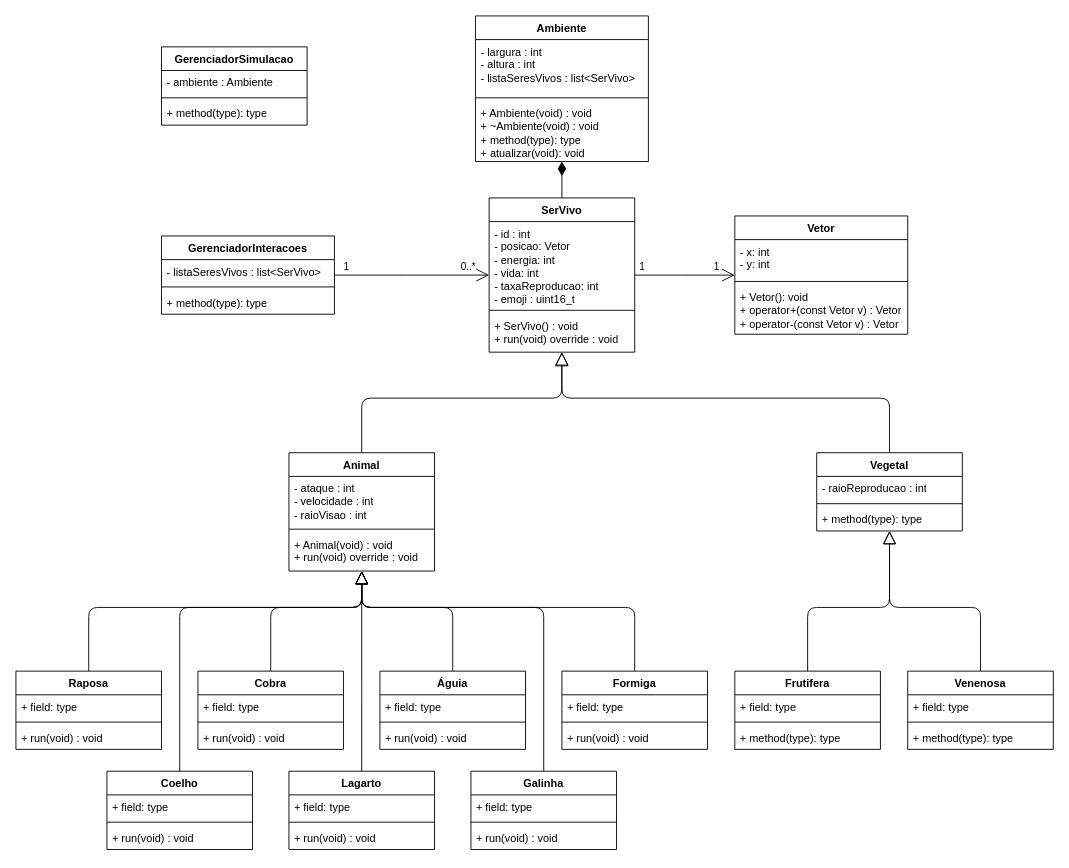
This is Diagramas/diagramas.drawio from robson1622/SimulacaoBiologica, a draw.io file, before an edit. Source tidied: cells renumbered, new cells numbered last; positions are measured from the earlier drawing's top-left corner, leaving out a move shared by most shapes. Both pictures are drawn from the tidied source at 91%, with x=0, y=0 at pixel (15, 15).
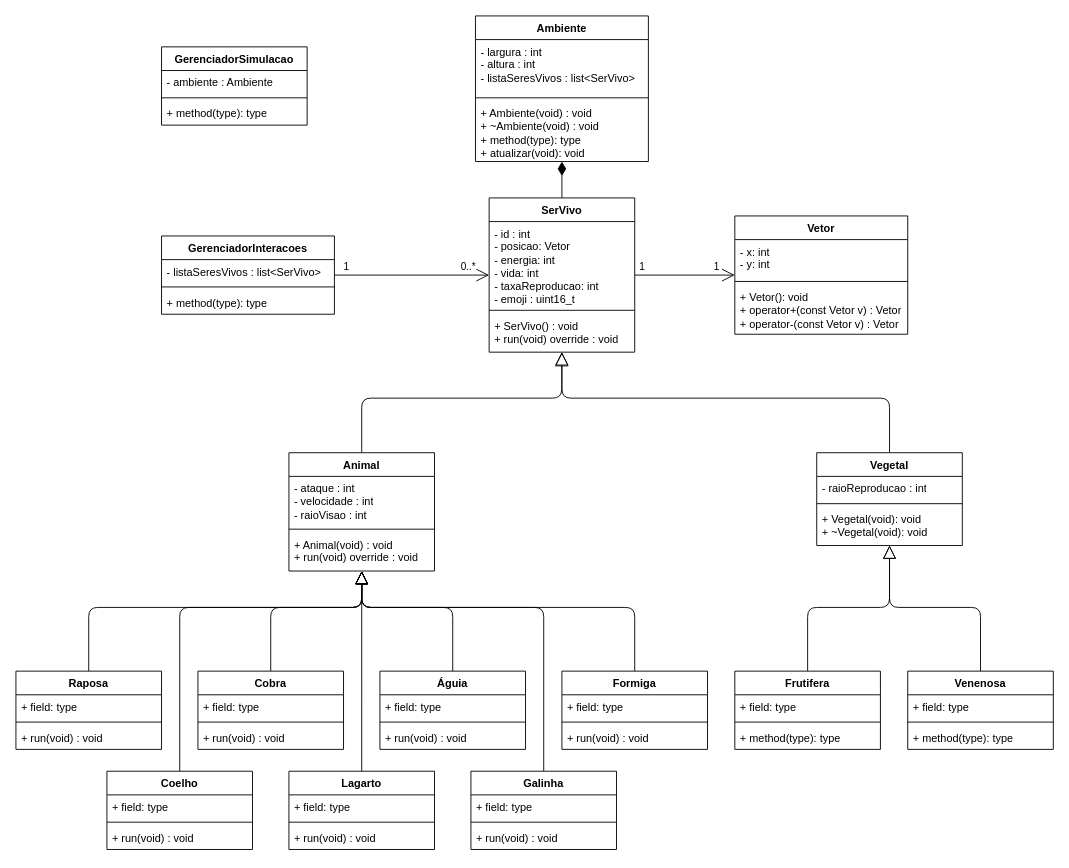
The same page after the edit.

Change to the diagram source:
```diff
@@
     <mxCell id="59" value="Vegetal" style="swimlane;fontStyle=1;align=center;verticalAlign=top;horizontal=1;startSize=26;whiteSpace=wrap;html=1;" parent="1" vertex="1">
-      <mxGeometry x="880" y="480" width="160" height="86" as="geometry" />
+      <mxGeometry x="880" y="480" width="160" height="102" as="geometry" />
     </mxCell>
@@
-    <mxCell id="62" value="+ method(type): type" style="text;strokeColor=none;fillColor=none;align=left;verticalAlign=top;spacingLeft=4;spacingRight=4;overflow=hidden;whiteSpace=wrap;html=1;" parent="59" vertex="1">
-      <mxGeometry y="60" width="160" height="26" as="geometry" />
+    <mxCell id="62" value="+ Vegetal(void): void&lt;div&gt;+ ~Vegetal(void): void&lt;br&gt;&lt;/div&gt;" style="text;strokeColor=none;fillColor=none;align=left;verticalAlign=top;spacingLeft=4;spacingRight=4;overflow=hidden;whiteSpace=wrap;html=1;" parent="59" vertex="1">
+      <mxGeometry y="60" width="160" height="42" as="geometry" />
     </mxCell>
```
